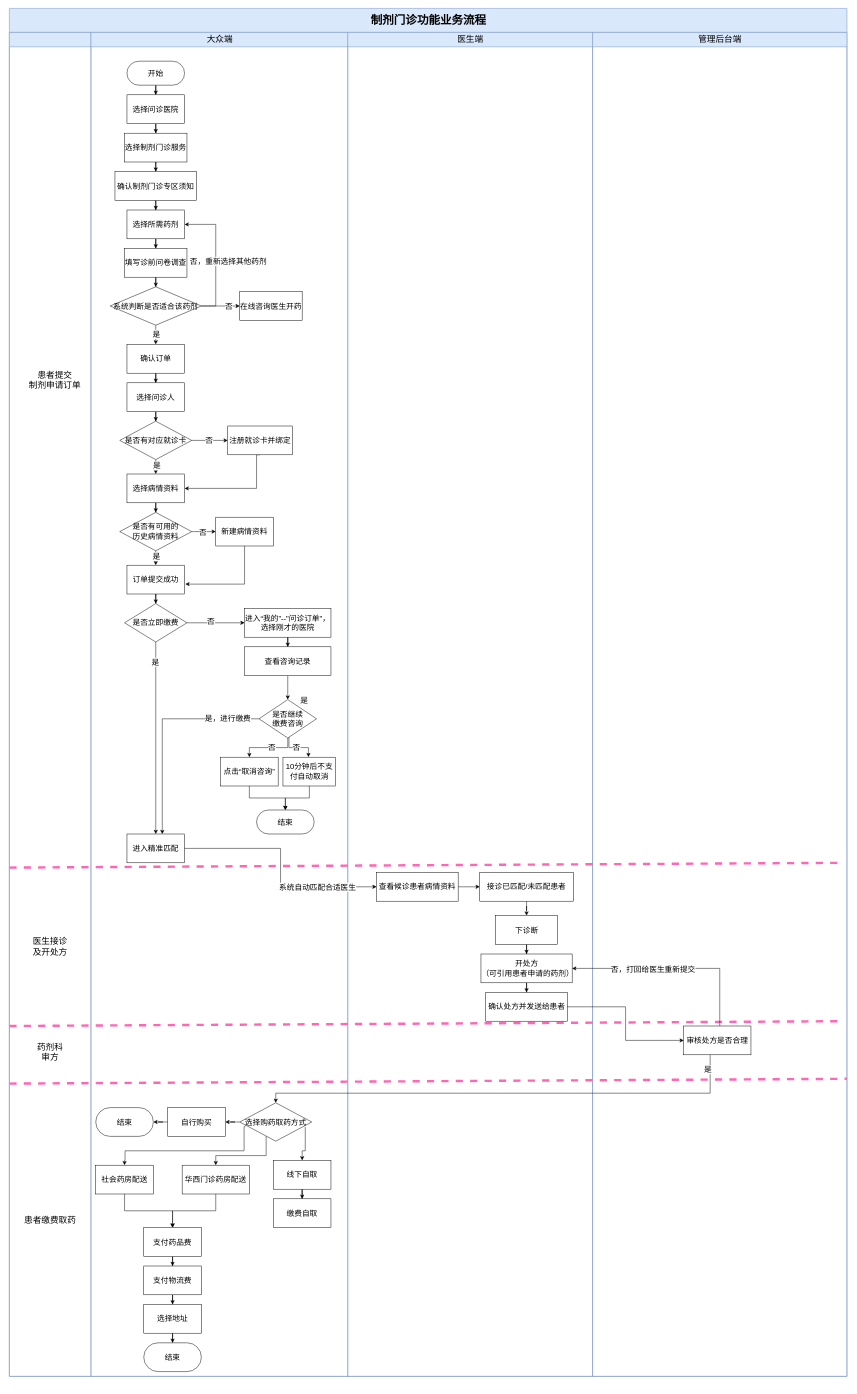
Earlier version of the draw.io diagram 制剂门诊功能.drawio (cherish-h/kaka). Source tidied: cells renumbered, new cells numbered last; positions are measured from the earlier drawing's top-left corner, leaving out a move shared by most shapes. Both pictures are drawn from the tidied source at 48%, with x=0, y=0 at pixel (9, 8).
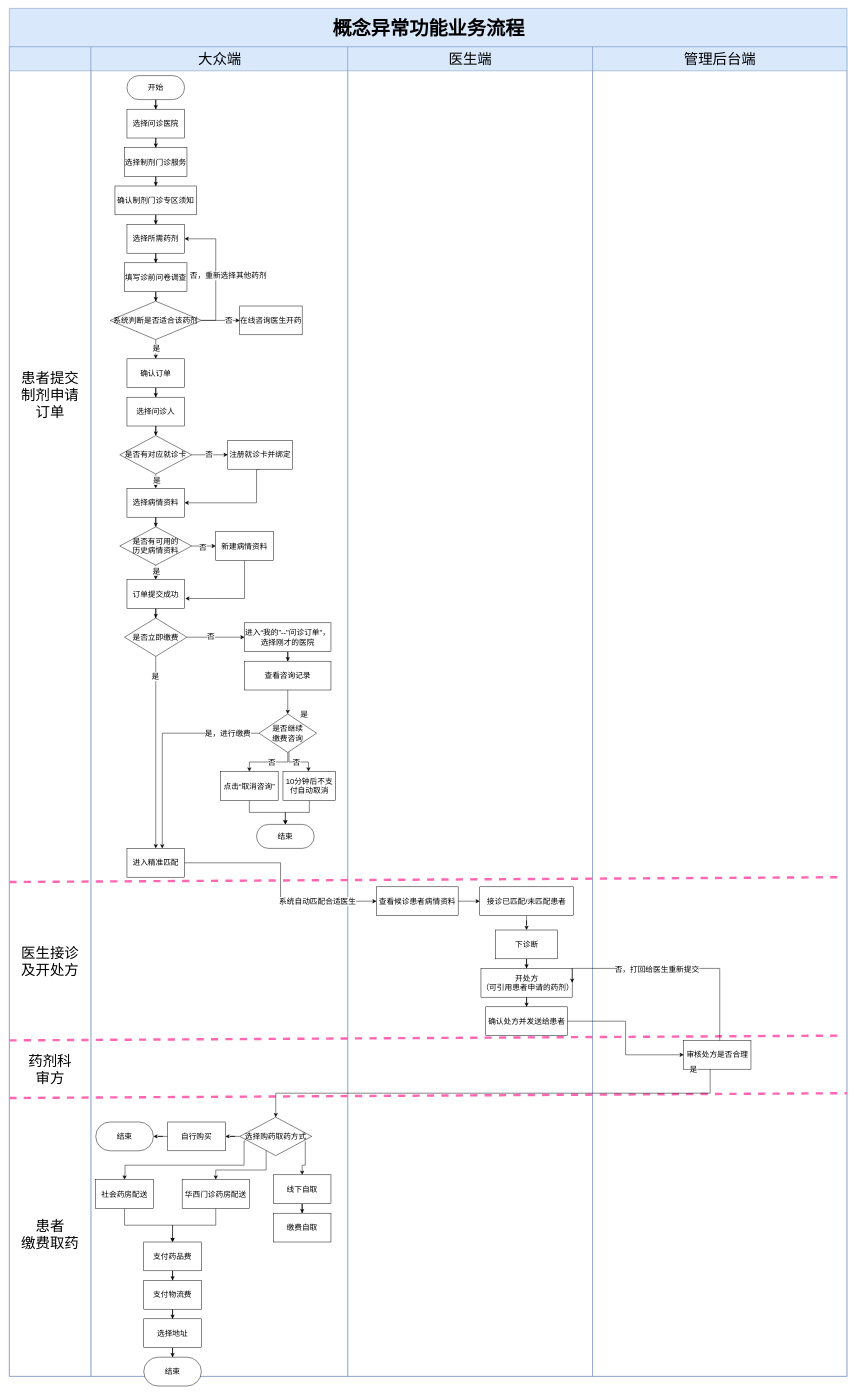
After the change.

Commit message (it also covers changes not shown here):
更新制剂门诊功能.drawio

The edit, as a diff of the source:
```diff
@@
-    <mxCell id="2" value="&lt;p class=&quot;MsoNormal&quot;&gt;&lt;span style=&quot;font-family: 宋体;&quot;&gt;&lt;font style=&quot;font-size: 24px;&quot;&gt;制剂门诊功能业务流程&lt;/font&gt;&lt;/span&gt;&lt;/p&gt;" style="swimlane;html=1;startSize=50;rounded=0;shadow=0;labelBackgroundColor=none;strokeWidth=1;fontFamily=Verdana;fontSize=8;align=center;fillColor=#dae8fc;strokeColor=#6c8ebf;" parent="1" vertex="1">
+    <mxCell id="2" value="&lt;p class=&quot;MsoNormal&quot;&gt;&lt;span style=&quot;font-family: 宋体;&quot;&gt;&lt;font style=&quot;&quot;&gt;&lt;font style=&quot;vertical-align: inherit; font-size: 40px;&quot;&gt;概念异常功能业务流程&lt;/font&gt;&lt;/font&gt;&lt;/span&gt;&lt;/p&gt;" style="swimlane;html=1;startSize=80;rounded=0;shadow=0;labelBackgroundColor=none;strokeWidth=1;fontFamily=Verdana;fontSize=8;align=center;fillColor=#dae8fc;strokeColor=#6c8ebf;" parent="1" vertex="1">
       <mxGeometry width="1745" height="2850" as="geometry" />
     </mxCell>
-    <mxCell id="3" style="swimlane;html=1;startSize=30;fillColor=#dae8fc;strokeColor=#6c8ebf;align=center;" parent="2" vertex="1">
-      <mxGeometry y="50" width="170" height="2800" as="geometry" />
+    <mxCell id="3" style="swimlane;html=1;startSize=50;fillColor=#dae8fc;strokeColor=#6c8ebf;align=center;" parent="2" vertex="1">
+      <mxGeometry y="80" width="170" height="2770" as="geometry" />
     </mxCell>
@@
-    <mxCell id="6" value="&lt;font style=&quot;font-size: 18px;&quot;&gt;患者提交&lt;/font&gt;&lt;div&gt;&lt;font style=&quot;font-size: 18px;&quot;&gt;制剂申请订单&lt;/font&gt;&lt;/div&gt;" style="text;html=1;align=center;verticalAlign=middle;whiteSpace=wrap;rounded=0;" parent="3" vertex="1">
-      <mxGeometry x="40" y="710" width="110" height="30" as="geometry" />
+    <mxCell id="6" value="&lt;font style=&quot;font-size: 30px;&quot;&gt;患者提交&lt;/font&gt;&lt;div&gt;&lt;font style=&quot;font-size: 30px;&quot;&gt;制剂申请&lt;/font&gt;&lt;/div&gt;&lt;div&gt;&lt;font style=&quot;font-size: 30px;&quot;&gt;订单&lt;/font&gt;&lt;/div&gt;" style="text;html=1;align=center;verticalAlign=middle;whiteSpace=wrap;rounded=0;" parent="3" vertex="1">
+      <mxGeometry y="710" width="170" height="30" as="geometry" />
     </mxCell>
-    <mxCell id="7" value="&lt;span style=&quot;font-size: 18px;&quot;&gt;医生接诊&lt;/span&gt;&lt;div&gt;&lt;span style=&quot;font-size: 18px;&quot;&gt;及开处方&lt;/span&gt;&lt;/div&gt;" style="text;html=1;align=center;verticalAlign=middle;whiteSpace=wrap;rounded=0;" parent="3" vertex="1">
-      <mxGeometry x="30" y="1890" width="110" height="30" as="geometry" />
+    <mxCell id="7" value="&lt;font style=&quot;font-size: 30px;&quot;&gt;医生接诊&lt;/font&gt;&lt;div&gt;&lt;font style=&quot;font-size: 30px;&quot;&gt;及开处方&lt;/font&gt;&lt;/div&gt;" style="text;html=1;align=center;verticalAlign=middle;whiteSpace=wrap;rounded=0;" parent="3" vertex="1">
+      <mxGeometry y="1890" width="170" height="30" as="geometry" />
     </mxCell>
-    <mxCell id="8" value="&lt;span style=&quot;font-size: 18px;&quot;&gt;药剂科&lt;/span&gt;&lt;div&gt;&lt;span style=&quot;font-size: 18px;&quot;&gt;审方&lt;/span&gt;&lt;/div&gt;" style="text;html=1;align=center;verticalAlign=middle;whiteSpace=wrap;rounded=0;" parent="3" vertex="1">
-      <mxGeometry x="30" y="2110" width="110" height="30" as="geometry" />
+    <mxCell id="8" value="&lt;font style=&quot;font-size: 30px;&quot;&gt;药剂科&lt;/font&gt;&lt;div&gt;&lt;font style=&quot;font-size: 30px;&quot;&gt;审方&lt;/font&gt;&lt;/div&gt;" style="text;html=1;align=center;verticalAlign=middle;whiteSpace=wrap;rounded=0;" parent="3" vertex="1">
+      <mxGeometry y="2090" width="170" height="80" as="geometry" />
     </mxCell>
-    <mxCell id="9" value="&lt;font style=&quot;font-size: 18px;&quot;&gt;患者缴费取药&lt;/font&gt;" style="text;html=1;align=center;verticalAlign=middle;whiteSpace=wrap;rounded=0;" parent="3" vertex="1">
-      <mxGeometry x="30" y="2460" width="110" height="30" as="geometry" />
+    <mxCell id="9" value="&lt;font style=&quot;font-size: 30px;&quot;&gt;患者&lt;/font&gt;&lt;div&gt;&lt;font style=&quot;font-size: 30px;&quot;&gt;缴费取药&lt;/font&gt;&lt;/div&gt;" style="text;html=1;align=center;verticalAlign=middle;whiteSpace=wrap;rounded=0;" parent="3" vertex="1">
+      <mxGeometry y="2460" width="170" height="30" as="geometry" />
     </mxCell>
-    <mxCell id="10" value="&lt;font style=&quot;font-size: 18px; font-weight: normal;&quot;&gt;大众端&lt;/font&gt;" style="swimlane;html=1;startSize=30;fillColor=#dae8fc;strokeColor=#6c8ebf;align=center;" parent="2" vertex="1">
-      <mxGeometry x="170" y="50" width="535" height="2800" as="geometry" />
+    <mxCell id="10" value="&lt;font style=&quot;font-weight: normal;&quot;&gt;&lt;font style=&quot;vertical-align: inherit; font-size: 30px;&quot;&gt;大众端&lt;/font&gt;&lt;/font&gt;" style="swimlane;html=1;startSize=50;fillColor=#dae8fc;strokeColor=#6c8ebf;align=center;" parent="2" vertex="1">
+      <mxGeometry x="170" y="80" width="535" height="2770" as="geometry" />
     </mxCell>
@@
-    <mxCell id="98" value="&lt;font style=&quot;font-size: 18px; font-weight: normal;&quot;&gt;医生端&lt;/font&gt;" style="swimlane;html=1;startSize=30;fillColor=#dae8fc;strokeColor=#6c8ebf;align=center;" parent="2" vertex="1">
-      <mxGeometry x="705" y="50" width="510" height="2800" as="geometry" />
+    <mxCell id="98" value="&lt;font style=&quot;font-weight: normal; font-size: 30px;&quot;&gt;医生端&lt;/font&gt;" style="swimlane;html=1;startSize=50;fillColor=#dae8fc;strokeColor=#6c8ebf;align=center;" parent="2" vertex="1">
+      <mxGeometry x="705" y="80" width="510" height="2770" as="geometry" />
     </mxCell>
@@
-    <mxCell id="110" value="&lt;font style=&quot;font-size: 18px; font-weight: normal;&quot;&gt;管理后台端&lt;/font&gt;" style="swimlane;html=1;startSize=30;fillColor=#dae8fc;strokeColor=#6c8ebf;align=center;" parent="2" vertex="1">
-      <mxGeometry x="1215" y="50" width="530" height="2800" as="geometry" />
+    <mxCell id="110" value="&lt;font style=&quot;font-weight: normal; font-size: 30px;&quot;&gt;管理后台端&lt;/font&gt;" style="swimlane;html=1;startSize=50;fillColor=#dae8fc;strokeColor=#6c8ebf;align=center;" parent="2" vertex="1">
+      <mxGeometry x="1215" y="80" width="530" height="2770" as="geometry" />
     </mxCell>
```
